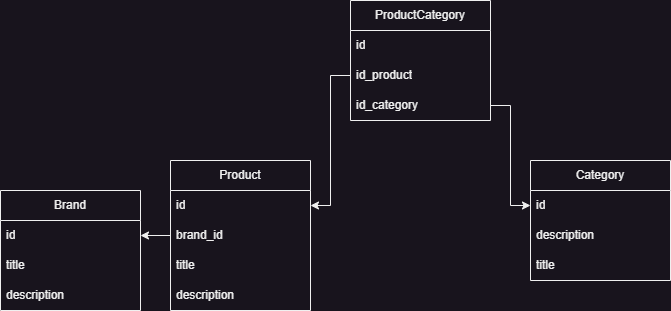
The draw.io diagram curso-online/backend/doc/MER/curso-online.drawio.png in pedrohygorveras/Desafio, before a commit. Source tidied: cells renumbered, new cells last; positions are measured from the earlier drawing's top-left corner, leaving out a move shared by most shapes. The source it was exported from:
```xml
<mxGraphModel>
  <root>
    <mxCell id="0" />
    <mxCell id="1" parent="0" />
    <mxCell id="2" value="Product" style="swimlane;fontStyle=0;horizontal=1;startSize=30;whiteSpace=wrap;html=1;" parent="1" vertex="1">
      <mxGeometry x="170" y="160" width="140" height="150" as="geometry" />
    </mxCell>
    <mxCell id="3" value="id" style="text;strokeColor=none;fillColor=none;align=left;verticalAlign=middle;spacingLeft=4;spacingRight=4;overflow=hidden;points=[[0,0.5],[1,0.5]];portConstraint=eastwest;whiteSpace=wrap;html=1;" parent="2" vertex="1">
      <mxGeometry y="30" width="140" height="30" as="geometry" />
    </mxCell>
    <mxCell id="4" value="brand_id" style="text;strokeColor=none;fillColor=none;align=left;verticalAlign=middle;spacingLeft=4;spacingRight=4;overflow=hidden;points=[[0,0.5],[1,0.5]];portConstraint=eastwest;whiteSpace=wrap;html=1;" parent="2" vertex="1">
      <mxGeometry y="60" width="140" height="30" as="geometry" />
    </mxCell>
    <mxCell id="5" value="title" style="text;strokeColor=none;fillColor=none;align=left;verticalAlign=middle;spacingLeft=4;spacingRight=4;overflow=hidden;whiteSpace=wrap;html=1;" parent="2" vertex="1">
      <mxGeometry y="90" width="140" height="30" as="geometry" />
    </mxCell>
    <mxCell id="6" value="description" style="text;strokeColor=none;fillColor=none;align=left;verticalAlign=middle;spacingLeft=4;spacingRight=4;overflow=hidden;whiteSpace=wrap;html=1;" parent="2" vertex="1">
      <mxGeometry y="120" width="140" height="30" as="geometry" />
    </mxCell>
    <mxCell id="7" value="Category" style="swimlane;fontStyle=0;horizontal=1;startSize=30;whiteSpace=wrap;html=1;" parent="1" vertex="1">
      <mxGeometry x="530" y="160" width="140" height="120" as="geometry" />
    </mxCell>
    <mxCell id="8" value="id" style="text;strokeColor=none;fillColor=none;align=left;verticalAlign=middle;spacingLeft=4;spacingRight=4;overflow=hidden;points=[[0,0.5],[1,0.5]];portConstraint=eastwest;whiteSpace=wrap;html=1;" parent="7" vertex="1">
      <mxGeometry y="30" width="140" height="30" as="geometry" />
    </mxCell>
    <mxCell id="9" value="description" style="text;strokeColor=none;fillColor=none;align=left;verticalAlign=middle;spacingLeft=4;spacingRight=4;overflow=hidden;whiteSpace=wrap;html=1;" parent="7" vertex="1">
      <mxGeometry y="60" width="140" height="30" as="geometry" />
    </mxCell>
    <mxCell id="10" value="title" style="text;strokeColor=none;fillColor=none;align=left;verticalAlign=middle;spacingLeft=4;spacingRight=4;overflow=hidden;whiteSpace=wrap;html=1;" parent="7" vertex="1">
      <mxGeometry y="90" width="140" height="30" as="geometry" />
    </mxCell>
    <mxCell id="11" value="ProductCategory" style="swimlane;fontStyle=0;horizontal=1;startSize=30;whiteSpace=wrap;html=1;" parent="1" vertex="1">
      <mxGeometry x="350" width="140" height="120" as="geometry" />
    </mxCell>
    <mxCell id="12" value="id" style="text;strokeColor=none;fillColor=none;align=left;verticalAlign=middle;spacingLeft=4;spacingRight=4;overflow=hidden;whiteSpace=wrap;html=1;" parent="11" vertex="1">
      <mxGeometry y="30" width="140" height="30" as="geometry" />
    </mxCell>
    <mxCell id="13" value="id_product" style="text;strokeColor=none;fillColor=none;align=left;verticalAlign=middle;spacingLeft=4;spacingRight=4;overflow=hidden;points=[[0,0.5],[1,0.5]];portConstraint=eastwest;whiteSpace=wrap;html=1;" parent="11" vertex="1">
      <mxGeometry y="60" width="140" height="30" as="geometry" />
    </mxCell>
    <mxCell id="14" value="id_category" style="text;strokeColor=none;fillColor=none;align=left;verticalAlign=middle;spacingLeft=4;spacingRight=4;overflow=hidden;points=[[0,0.5],[1,0.5]];portConstraint=eastwest;whiteSpace=wrap;html=1;" parent="11" vertex="1">
      <mxGeometry y="90" width="140" height="30" as="geometry" />
    </mxCell>
    <mxCell id="15" style="edgeStyle=orthogonalEdgeStyle;rounded=0;jettySize=auto;html=1;" parent="1" edge="1" source="14" target="8">
      <mxGeometry relative="1" as="geometry" />
    </mxCell>
    <mxCell id="16" style="edgeStyle=orthogonalEdgeStyle;rounded=0;jettySize=auto;html=1;" parent="1" edge="1" source="13" target="3">
      <mxGeometry relative="1" as="geometry" />
    </mxCell>
    <mxCell id="17" value="Brand" style="swimlane;fontStyle=0;horizontal=1;startSize=30;whiteSpace=wrap;html=1;" parent="1" vertex="1">
      <mxGeometry y="190" width="140" height="120" as="geometry" />
    </mxCell>
    <mxCell id="18" value="id" style="text;strokeColor=none;fillColor=none;align=left;verticalAlign=middle;spacingLeft=4;spacingRight=4;overflow=hidden;points=[[0,0.5],[1,0.5]];portConstraint=eastwest;whiteSpace=wrap;html=1;" parent="17" vertex="1">
      <mxGeometry y="30" width="140" height="30" as="geometry" />
    </mxCell>
    <mxCell id="19" value="title" style="text;strokeColor=none;fillColor=none;align=left;verticalAlign=middle;spacingLeft=4;spacingRight=4;overflow=hidden;whiteSpace=wrap;html=1;" parent="17" vertex="1">
      <mxGeometry y="60" width="140" height="30" as="geometry" />
    </mxCell>
    <mxCell id="20" value="description" style="text;strokeColor=none;fillColor=none;align=left;verticalAlign=middle;spacingLeft=4;spacingRight=4;overflow=hidden;whiteSpace=wrap;html=1;" parent="17" vertex="1">
      <mxGeometry y="90" width="140" height="30" as="geometry" />
    </mxCell>
    <mxCell id="21" style="edgeStyle=orthogonalEdgeStyle;rounded=0;jettySize=auto;html=1;" parent="1" edge="1" source="4" target="18">
      <mxGeometry relative="1" as="geometry" />
    </mxCell>
  </root>
</mxGraphModel>
```
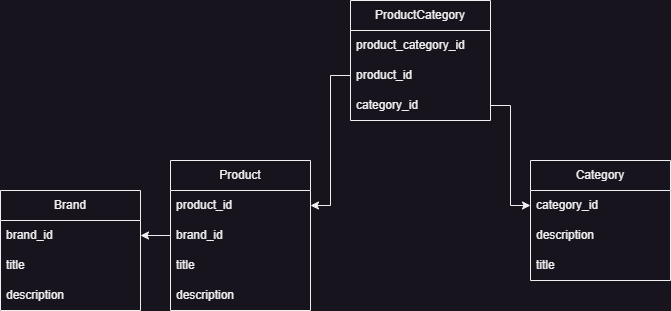
Later version of the same file.

The edit, as a diff of the source:
```diff
@@ -5,7 +5,7 @@
     <mxCell id="2" value="Product" style="swimlane;fontStyle=0;horizontal=1;startSize=30;whiteSpace=wrap;html=1;" parent="1" vertex="1">
       <mxGeometry x="170" y="160" width="140" height="150" as="geometry" />
     </mxCell>
-    <mxCell id="3" value="id" style="text;strokeColor=none;fillColor=none;align=left;verticalAlign=middle;spacingLeft=4;spacingRight=4;overflow=hidden;points=[[0,0.5],[1,0.5]];portConstraint=eastwest;whiteSpace=wrap;html=1;" parent="2" vertex="1">
+    <mxCell id="3" value="product_id" style="text;strokeColor=none;fillColor=none;align=left;verticalAlign=middle;spacingLeft=4;spacingRight=4;overflow=hidden;points=[[0,0.5],[1,0.5]];portConstraint=eastwest;whiteSpace=wrap;html=1;" parent="2" vertex="1">
       <mxGeometry y="30" width="140" height="30" as="geometry" />
     </mxCell>
     <mxCell id="4" value="brand_id" style="text;strokeColor=none;fillColor=none;align=left;verticalAlign=middle;spacingLeft=4;spacingRight=4;overflow=hidden;points=[[0,0.5],[1,0.5]];portConstraint=eastwest;whiteSpace=wrap;html=1;" parent="2" vertex="1">
@@ -20,7 +20,7 @@
     <mxCell id="7" value="Category" style="swimlane;fontStyle=0;horizontal=1;startSize=30;whiteSpace=wrap;html=1;" parent="1" vertex="1">
       <mxGeometry x="530" y="160" width="140" height="120" as="geometry" />
     </mxCell>
-    <mxCell id="8" value="id" style="text;strokeColor=none;fillColor=none;align=left;verticalAlign=middle;spacingLeft=4;spacingRight=4;overflow=hidden;points=[[0,0.5],[1,0.5]];portConstraint=eastwest;whiteSpace=wrap;html=1;" parent="7" vertex="1">
+    <mxCell id="8" value="category_id" style="text;strokeColor=none;fillColor=none;align=left;verticalAlign=middle;spacingLeft=4;spacingRight=4;overflow=hidden;points=[[0,0.5],[1,0.5]];portConstraint=eastwest;whiteSpace=wrap;html=1;" parent="7" vertex="1">
       <mxGeometry y="30" width="140" height="30" as="geometry" />
     </mxCell>
     <mxCell id="9" value="description" style="text;strokeColor=none;fillColor=none;align=left;verticalAlign=middle;spacingLeft=4;spacingRight=4;overflow=hidden;whiteSpace=wrap;html=1;" parent="7" vertex="1">
@@ -32,13 +32,13 @@
     <mxCell id="11" value="ProductCategory" style="swimlane;fontStyle=0;horizontal=1;startSize=30;whiteSpace=wrap;html=1;" parent="1" vertex="1">
       <mxGeometry x="350" width="140" height="120" as="geometry" />
     </mxCell>
-    <mxCell id="12" value="id" style="text;strokeColor=none;fillColor=none;align=left;verticalAlign=middle;spacingLeft=4;spacingRight=4;overflow=hidden;whiteSpace=wrap;html=1;" parent="11" vertex="1">
+    <mxCell id="12" value="product_category_id" style="text;strokeColor=none;fillColor=none;align=left;verticalAlign=middle;spacingLeft=4;spacingRight=4;overflow=hidden;whiteSpace=wrap;html=1;" parent="11" vertex="1">
       <mxGeometry y="30" width="140" height="30" as="geometry" />
     </mxCell>
-    <mxCell id="13" value="id_product" style="text;strokeColor=none;fillColor=none;align=left;verticalAlign=middle;spacingLeft=4;spacingRight=4;overflow=hidden;points=[[0,0.5],[1,0.5]];portConstraint=eastwest;whiteSpace=wrap;html=1;" parent="11" vertex="1">
+    <mxCell id="13" value="product_id" style="text;strokeColor=none;fillColor=none;align=left;verticalAlign=middle;spacingLeft=4;spacingRight=4;overflow=hidden;points=[[0,0.5],[1,0.5]];portConstraint=eastwest;whiteSpace=wrap;html=1;" parent="11" vertex="1">
       <mxGeometry y="60" width="140" height="30" as="geometry" />
     </mxCell>
-    <mxCell id="14" value="id_category" style="text;strokeColor=none;fillColor=none;align=left;verticalAlign=middle;spacingLeft=4;spacingRight=4;overflow=hidden;points=[[0,0.5],[1,0.5]];portConstraint=eastwest;whiteSpace=wrap;html=1;" parent="11" vertex="1">
+    <mxCell id="14" value="category_id" style="text;strokeColor=none;fillColor=none;align=left;verticalAlign=middle;spacingLeft=4;spacingRight=4;overflow=hidden;points=[[0,0.5],[1,0.5]];portConstraint=eastwest;whiteSpace=wrap;html=1;" parent="11" vertex="1">
       <mxGeometry y="90" width="140" height="30" as="geometry" />
     </mxCell>
     <mxCell id="15" style="edgeStyle=orthogonalEdgeStyle;rounded=0;jettySize=auto;html=1;" parent="1" edge="1" source="14" target="8">
@@ -50,7 +50,7 @@
     <mxCell id="17" value="Brand" style="swimlane;fontStyle=0;horizontal=1;startSize=30;whiteSpace=wrap;html=1;" parent="1" vertex="1">
       <mxGeometry y="190" width="140" height="120" as="geometry" />
     </mxCell>
-    <mxCell id="18" value="id" style="text;strokeColor=none;fillColor=none;align=left;verticalAlign=middle;spacingLeft=4;spacingRight=4;overflow=hidden;points=[[0,0.5],[1,0.5]];portConstraint=eastwest;whiteSpace=wrap;html=1;" parent="17" vertex="1">
+    <mxCell id="18" value="brand_id" style="text;strokeColor=none;fillColor=none;align=left;verticalAlign=middle;spacingLeft=4;spacingRight=4;overflow=hidden;points=[[0,0.5],[1,0.5]];portConstraint=eastwest;whiteSpace=wrap;html=1;" parent="17" vertex="1">
       <mxGeometry y="30" width="140" height="30" as="geometry" />
     </mxCell>
     <mxCell id="19" value="title" style="text;strokeColor=none;fillColor=none;align=left;verticalAlign=middle;spacingLeft=4;spacingRight=4;overflow=hidden;whiteSpace=wrap;html=1;" parent="17" vertex="1">
```
